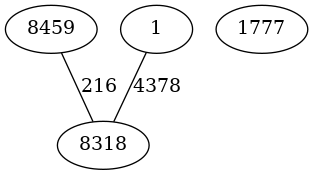
Above: src/output_Kruskal.png in Joaopclopes/Teoria-dos-Grafos-Trabalho-1 (Graphviz), before the change. Its source is kept beside it as src/output_Kruskal.dot.
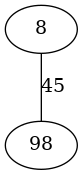
Later version of the same file.

What changed in the source:
```diff
@@ -1,6 +1,3 @@
 graph{
-8459 -- 8318[label = 216];
-1 -- 8318[label = 4378];
-1777;
-8318;
+8 -- 98[label = 45];
 }
```
